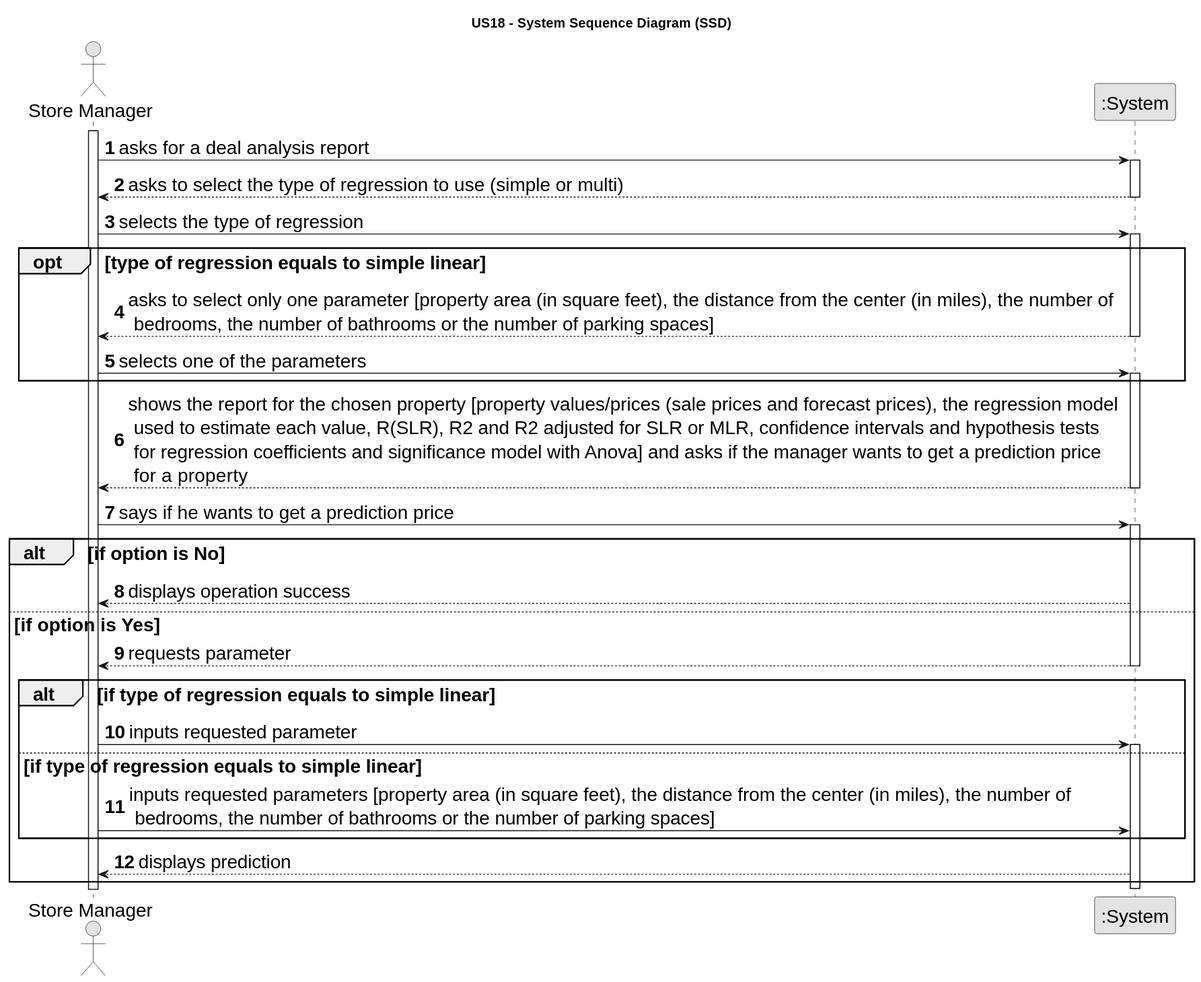
PureNimble/ISEP-LAPR2 keeps this PlantUML diagram as docs/sprintD/US018/01.requirements-engineering/svg/us18-system-sequence-diagram.svg. Above is the earlier version.
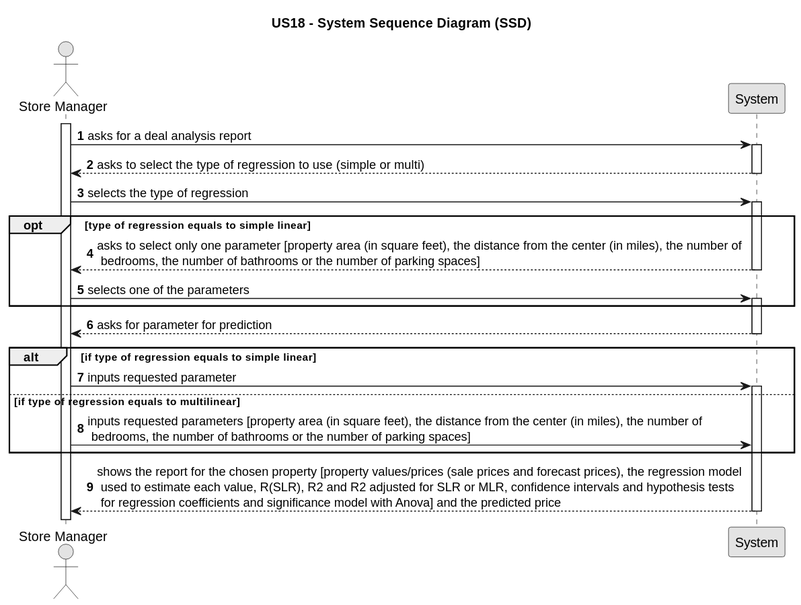
Later version of the same file.

Change to the diagram source:
```diff
@@ -1,5 +1,9 @@
 @startuml
-skinparamlocked defaultFontSize 20
+skinparam monochrome true
+skinparam packageStyle rectangle
+skinparam shadowing false
+
+autonumber
 skinparam monochrome true
 skinparam packageStyle rectangle
 skinparam shadowing false
@@ -9,44 +13,43 @@
 autonumber
 
 actor "Store Manager" as manager
-participant ":System" as sys
+participant "System" as sys
+
+
 
 activate manager
 
-    manager -> sys : asks for a deal analysis report
+    manager -> sys: asks for a deal analysis report
     activate sys
 
-        sys --> manager : asks to select the type of regression to use (simple or multi)
+        sys--> manager : asks to select the type of regression to use (simple or multi)
     deactivate sys
 
-    manager -> sys : selects the type of regression
+    manager -> sys: selects the type of regression
     activate sys
 
     opt type of regression equals to simple linear
 
-        sys --> manager : asks to select only one parameter [property area (in square feet), the distance from the center (in miles), the number of \n bedrooms, the number of bathrooms or the number of parking spaces]
+        sys--> manager : asks to select only one parameter [property area (in square feet), the distance from the center (in miles), the number of \n bedrooms, the number of bathrooms or the number of parking spaces]
         deactivate sys
 
-        manager -> sys : selects one of the parameters
+        manager -> sys: selects one of the parameters
         activate sys
     end
-    sys --> manager : shows the report for the chosen property [property values/prices (sale prices and forecast prices), the regression model \n used to estimate each value, R(SLR), R2 and R2 adjusted for SLR or MLR, confidence intervals and hypothesis tests\n for regression coefficients and significance model with Anova] and asks if the manager wants to get a prediction price\n for a property
+        sys--> manager : asks for parameter for prediction
+        deactivate sys
+
+    alt if type of regression equals to simple linear
+                manager -> sys: inputs requested parameter
+                activate sys
+    else if type of regression equals to  multilinear
+                manager -> sys: inputs requested parameters [property area (in square feet), the distance from the center (in miles), the number of \n bedrooms, the number of bathrooms or the number of parking spaces]
+    end
+
+    sys--> manager : shows the report for the chosen property [property values/prices (sale prices and forecast prices), the regression model \n used to estimate each value, R(SLR), R2 and R2 adjusted for SLR or MLR, confidence intervals and hypothesis tests\n for regression coefficients and significance model with Anova] and the predicted price
     deactivate sys
-    manager -> sys : says if he wants to get a prediction price
-    activate sys
-    alt if option is No
-        sys --> manager : displays operation success
-    else if option is Yes
-    sys --> manager : requests parameter
-    alt if type of regression equals to simple linear
-            deactivate sys
-            manager -> sys : inputs requested parameter
-            activate sys
 
-    else if type of regression equals to simple linear
-                     manager -> sys : inputs requested parameters [property area (in square feet), the distance from the center (in miles), the number of \n bedrooms, the number of bathrooms or the number of parking spaces]
-    end
-        sys --> manager : displays prediction
-end
 deactivate sys
+
+
 @enduml
```
